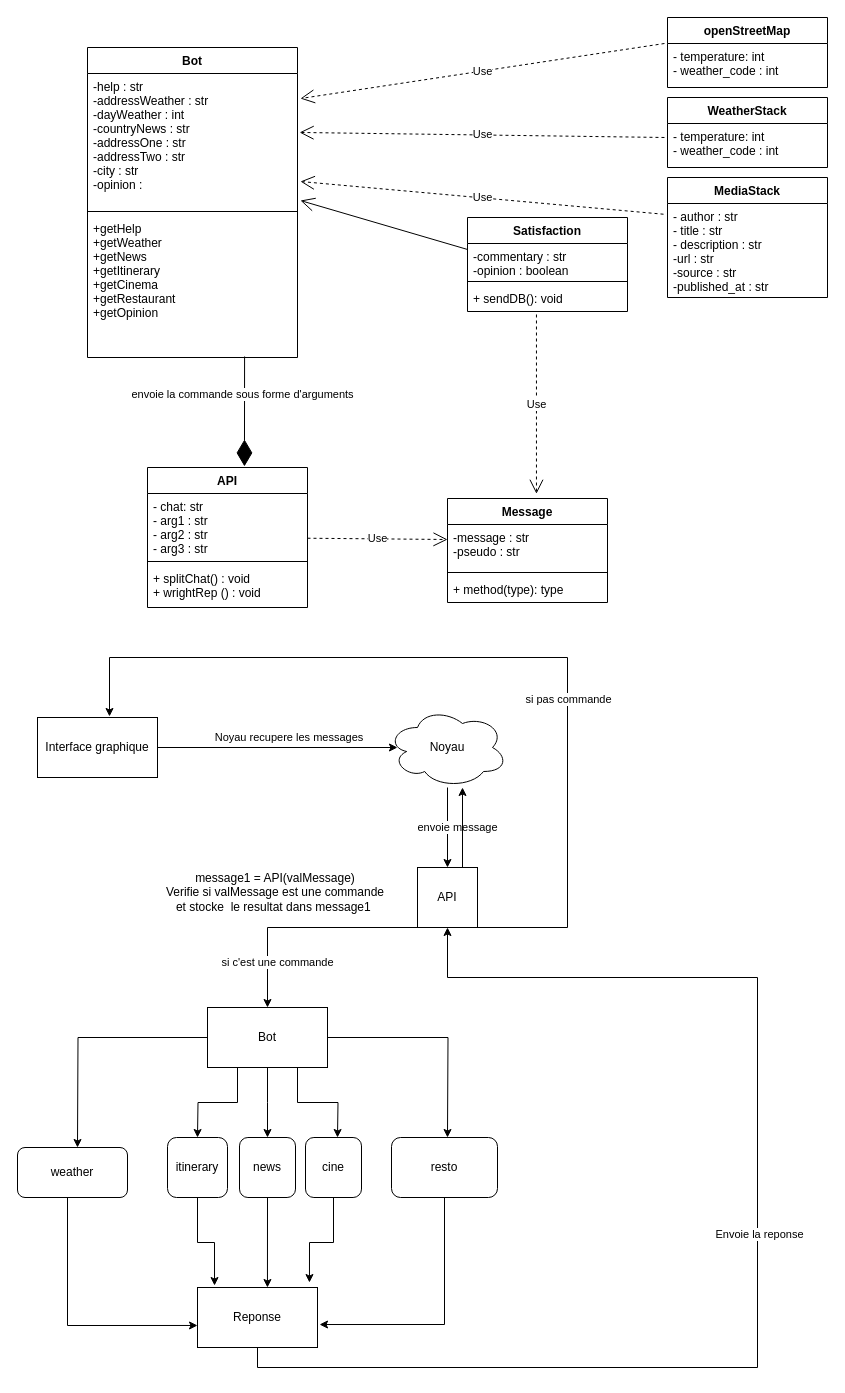
This is UML_PyP.drawio from mquadu/noyau_devII_2TM2, a draw.io file, before an edit. Source tidied: cells renumbered, new cells numbered last; positions are measured from the earlier drawing's top-left corner, leaving out a move shared by most shapes. Both pictures are drawn from the tidied source at 100%, with x=0, y=0 at pixel (17, 17).
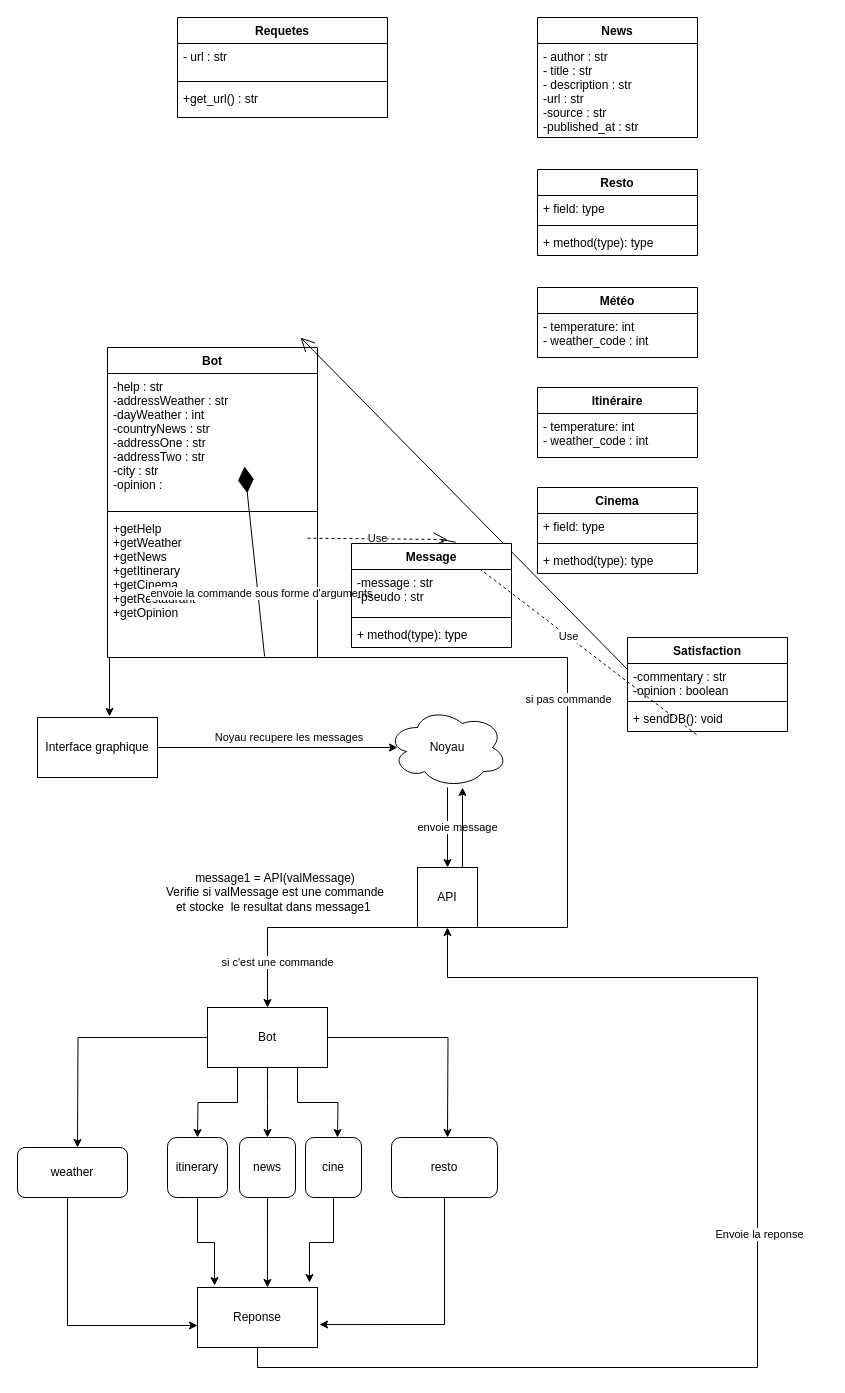
After the change.

Commit message:
Uml-projet

The change refers to these unchanged cells:
```xml
<mxCell id="3" value="-help : str&#10;-addressWeather : str&#10;-dayWeather : int&#10;-countryNews : str&#10;-addressOne : str&#10;-addressTwo : str&#10;-city : str&#10;-opinion : " style="text;strokeColor=none;fillColor=none;align=left;verticalAlign=top;spacingLeft=4;spacingRight=4;overflow=hidden;points=[[0,0.5],[1,0.5]];portConstraint=eastwest;" parent="2" vertex="1">
  <mxGeometry y="26" width="210" height="134" as="geometry" />
</mxCell>
<mxCell id="5" value="+getHelp&#10;+getWeather&#10;+getNews&#10;+getItinerary&#10;+getCinema&#10;+getRestaurant&#10;+getOpinion&#10;" style="text;strokeColor=none;fillColor=none;align=left;verticalAlign=top;spacingLeft=4;spacingRight=4;overflow=hidden;points=[[0,0.5],[1,0.5]];portConstraint=eastwest;" parent="2" vertex="1">
  <mxGeometry y="168" width="210" height="142" as="geometry" />
</mxCell>
<mxCell id="7" value="-commentary : str &#10;-opinion : boolean&#10;" style="text;strokeColor=none;fillColor=none;align=left;verticalAlign=top;spacingLeft=4;spacingRight=4;overflow=hidden;points=[[0,0.5],[1,0.5]];portConstraint=eastwest;" parent="6" vertex="1">
  <mxGeometry y="26" width="160" height="34" as="geometry" />
</mxCell>
<mxCell id="11" value="- temperature: int&#10;- weather_code : int" style="text;strokeColor=none;fillColor=none;align=left;verticalAlign=top;spacingLeft=4;spacingRight=4;overflow=hidden;points=[[0,0.5],[1,0.5]];portConstraint=eastwest;" parent="10" vertex="1">
  <mxGeometry y="26" width="160" height="44" as="geometry" />
</mxCell>
<mxCell id="22" value="- author : str&#10;- title : str&#10;- description : str&#10;-url : str&#10;-source : str&#10;-published_at : str&#10;&#10;" style="text;strokeColor=none;fillColor=none;align=left;verticalAlign=top;spacingLeft=4;spacingRight=4;overflow=hidden;points=[[0,0.5],[1,0.5]];portConstraint=eastwest;" parent="21" vertex="1">
  <mxGeometry y="26" width="160" height="94" as="geometry" />
</mxCell>
<mxCell id="24" value="- temperature: int&#10;- weather_code : int" style="text;strokeColor=none;fillColor=none;align=left;verticalAlign=top;spacingLeft=4;spacingRight=4;overflow=hidden;points=[[0,0.5],[1,0.5]];portConstraint=eastwest;" parent="23" vertex="1">
  <mxGeometry y="26" width="160" height="44" as="geometry" />
</mxCell>
```

Diff of the diagram source:
```diff
@@
     <mxCell id="2" value="Bot" style="swimlane;fontStyle=1;align=center;verticalAlign=top;horizontal=1;startSize=26;" parent="1" vertex="1">
-      <mxGeometry x="70" y="30" width="210" height="310" as="geometry" />
+      <mxGeometry x="90" y="330" width="210" height="310" as="geometry" />
     </mxCell>
@@
     <mxCell id="6" value="Satisfaction" style="swimlane;fontStyle=1;align=center;verticalAlign=top;horizontal=1;startSize=26;" parent="1" vertex="1">
-      <mxGeometry x="450" y="200" width="160" height="94" as="geometry" />
+      <mxGeometry x="610" y="620" width="160" height="94" as="geometry" />
     </mxCell>
@@
-    <mxCell id="10" value="WeatherStack" style="swimlane;fontStyle=1;align=center;verticalAlign=top;horizontal=1;startSize=26;" parent="1" vertex="1">
-      <mxGeometry x="650" y="80" width="160" height="70" as="geometry" />
+    <mxCell id="10" value="Météo" style="swimlane;fontStyle=1;align=center;verticalAlign=top;horizontal=1;startSize=26;" parent="1" vertex="1">
+      <mxGeometry x="520" y="270" width="160" height="70" as="geometry" />
     </mxCell>
@@
-    <mxCell id="12" style="endArrow=open;endFill=1;endSize=12;html=1;exitX=0;exitY=0.176;exitDx=0;exitDy=0;exitPerimeter=0;entryX=1.014;entryY=0.948;entryDx=0;entryDy=0;entryPerimeter=0;" parent="1" edge="1" source="7" target="3">
-      <mxGeometry relative="1" as="geometry" />
+    <mxCell id="12" style="endArrow=open;endFill=1;endSize=12;html=1;exitX=0;exitY=0.176;exitDx=0;exitDy=0;exitPerimeter=0;" parent="1" edge="1" source="7">
+      <mxGeometry relative="1" as="geometry">
+        <mxPoint x="283" y="320" as="targetPoint" />
+      </mxGeometry>
     </mxCell>
-    <mxCell id="13" value="API" style="swimlane;fontStyle=1;align=center;verticalAlign=top;horizontal=1;startSize=26;" parent="1" vertex="1">
-      <mxGeometry x="130" y="450" width="160" height="140" as="geometry" />
-    </mxCell>
-    <mxCell id="14" value="- chat: str&#10;- arg1 : str&#10;- arg2 : str&#10;- arg3 : str" style="text;strokeColor=none;fillColor=none;align=left;verticalAlign=top;spacingLeft=4;spacingRight=4;overflow=hidden;" parent="13" vertex="1">
-      <mxGeometry y="26" width="160" height="64" as="geometry" />
-    </mxCell>
-    <mxCell id="15" style="line;strokeWidth=1;fillColor=none;align=left;verticalAlign=middle;spacingTop=-1;spacingLeft=3;spacingRight=3;labelPosition=right;" parent="13" vertex="1">
-      <mxGeometry y="90" width="160" height="8" as="geometry" />
-    </mxCell>
-    <mxCell id="16" value="+ splitChat() : void&#10;+ wrightRep () : void" style="text;strokeColor=none;fillColor=none;align=left;verticalAlign=top;spacingLeft=4;spacingRight=4;overflow=hidden;" parent="13" vertex="1">
-      <mxGeometry y="98" width="160" height="42" as="geometry" />
-    </mxCell>
-    <mxCell id="17" style="endArrow=diamondThin;endFill=1;endSize=24;html=1;entryX=0.606;entryY=-0.008;entryDx=0;entryDy=0;entryPerimeter=0;exitX=0.748;exitY=0.993;exitDx=0;exitDy=0;exitPerimeter=0;" parent="1" edge="1" source="5" target="13">
-      <mxGeometry relative="1" as="geometry" />
+    <mxCell id="17" style="endArrow=diamondThin;endFill=1;endSize=24;html=1;entryX=0.606;entryY=-0.008;entryDx=0;entryDy=0;entryPerimeter=0;exitX=0.748;exitY=0.993;exitDx=0;exitDy=0;exitPerimeter=0;" parent="1" edge="1" source="5">
+      <mxGeometry relative="1" as="geometry">
+        <mxPoint x="227" y="448.9" as="targetPoint" />
+      </mxGeometry>
     </mxCell>
@@
-    <mxCell id="19" value="Use" style="endArrow=open;endSize=12;dashed=1;html=1;" parent="1" edge="1" source="13">
+    <mxCell id="19" value="Use" style="endArrow=open;endSize=12;dashed=1;html=1;" parent="1" edge="1">
       <mxGeometry relative="1" as="geometry">
+        <mxPoint x="290" y="520.7" as="sourcePoint" />
         <mxPoint x="430" y="522" as="targetPoint" />
       </mxGeometry>
     </mxCell>
@@
-    <mxCell id="21" value="MediaStack" style="swimlane;fontStyle=1;align=center;verticalAlign=top;horizontal=1;startSize=26;" parent="1" vertex="1">
-      <mxGeometry x="650" y="160" width="160" height="120" as="geometry" />
+    <mxCell id="21" value="News" style="swimlane;fontStyle=1;align=center;verticalAlign=top;horizontal=1;startSize=26;" parent="1" vertex="1">
+      <mxGeometry x="520" width="160" height="120" as="geometry" />
     </mxCell>
@@
-    <mxCell id="23" value="openStreetMap" style="swimlane;fontStyle=1;align=center;verticalAlign=top;horizontal=1;startSize=26;" parent="1" vertex="1">
-      <mxGeometry x="650" width="160" height="70" as="geometry" />
+    <mxCell id="23" value="Itinéraire" style="swimlane;fontStyle=1;align=center;verticalAlign=top;horizontal=1;startSize=26;" parent="1" vertex="1">
+      <mxGeometry x="520" y="370" width="160" height="70" as="geometry" />
     </mxCell>
@@
-    <mxCell id="25" value="Use" style="endArrow=open;endSize=12;dashed=1;html=1;entryX=1.014;entryY=0.187;entryDx=0;entryDy=0;exitX=-0.019;exitY=0;exitDx=0;exitDy=0;exitPerimeter=0;entryPerimeter=0;" parent="1" edge="1" source="24" target="3">
-      <mxGeometry relative="1" as="geometry" />
-    </mxCell>
-    <mxCell id="26" value="Use" style="endArrow=open;endSize=12;dashed=1;html=1;entryX=1.01;entryY=0.44;entryDx=0;entryDy=0;exitX=-0.019;exitY=0.318;exitDx=0;exitDy=0;exitPerimeter=0;entryPerimeter=0;" parent="1" edge="1" source="11" target="3">
-      <mxGeometry relative="1" as="geometry" />
-    </mxCell>
-    <mxCell id="27" value="Use" style="endArrow=open;endSize=12;dashed=1;html=1;entryX=1.014;entryY=0.806;entryDx=0;entryDy=0;exitX=-0.025;exitY=0.114;exitDx=0;exitDy=0;exitPerimeter=0;entryPerimeter=0;" parent="1" edge="1" source="22" target="3">
-      <mxGeometry relative="1" as="geometry" />
-    </mxCell>
     <mxCell id="28" value="Message" style="swimlane;fontStyle=1;align=center;verticalAlign=top;horizontal=1;startSize=26;" parent="1" vertex="1">
-      <mxGeometry x="430" y="481" width="160" height="104" as="geometry" />
+      <mxGeometry x="334" y="526" width="160" height="104" as="geometry" />
     </mxCell>
@@
+    <mxCell id="61" value="Requetes" style="swimlane;fontStyle=1;align=center;verticalAlign=top;horizontal=1;startSize=26;" parent="1" vertex="1">
+      <mxGeometry x="160" width="210" height="100" as="geometry" />
+    </mxCell>
+    <mxCell id="62" value="- url : str" style="text;strokeColor=none;fillColor=none;align=left;verticalAlign=top;spacingLeft=4;spacingRight=4;overflow=hidden;" parent="61" vertex="1">
+      <mxGeometry y="26" width="210" height="34" as="geometry" />
+    </mxCell>
+    <mxCell id="63" style="line;strokeWidth=1;fillColor=none;align=left;verticalAlign=middle;spacingTop=-1;spacingLeft=3;spacingRight=3;labelPosition=right;" parent="61" vertex="1">
+      <mxGeometry y="60" width="210" height="8" as="geometry" />
+    </mxCell>
+    <mxCell id="64" value="+get_url() : str" style="text;strokeColor=none;fillColor=none;align=left;verticalAlign=top;spacingLeft=4;spacingRight=4;overflow=hidden;" parent="61" vertex="1">
+      <mxGeometry y="68" width="210" height="32" as="geometry" />
+    </mxCell>
+    <mxCell id="65" value="Resto" style="swimlane;fontStyle=1;align=center;verticalAlign=top;horizontal=1;startSize=26;" parent="1" vertex="1">
+      <mxGeometry x="520" y="152" width="160" height="86" as="geometry" />
+    </mxCell>
+    <mxCell id="66" value="+ field: type" style="text;strokeColor=none;fillColor=none;align=left;verticalAlign=top;spacingLeft=4;spacingRight=4;overflow=hidden;" parent="65" vertex="1">
+      <mxGeometry y="26" width="160" height="26" as="geometry" />
+    </mxCell>
+    <mxCell id="67" style="line;strokeWidth=1;fillColor=none;align=left;verticalAlign=middle;spacingTop=-1;spacingLeft=3;spacingRight=3;labelPosition=right;" parent="65" vertex="1">
+      <mxGeometry y="52" width="160" height="8" as="geometry" />
+    </mxCell>
+    <mxCell id="68" value="+ method(type): type" style="text;strokeColor=none;fillColor=none;align=left;verticalAlign=top;spacingLeft=4;spacingRight=4;overflow=hidden;" parent="65" vertex="1">
+      <mxGeometry y="60" width="160" height="26" as="geometry" />
+    </mxCell>
+    <mxCell id="69" value="Cinema" style="swimlane;fontStyle=1;align=center;verticalAlign=top;horizontal=1;startSize=26;" parent="1" vertex="1">
+      <mxGeometry x="520" y="470" width="160" height="86" as="geometry" />
+    </mxCell>
+    <mxCell id="70" value="+ field: type" style="text;strokeColor=none;fillColor=none;align=left;verticalAlign=top;spacingLeft=4;spacingRight=4;overflow=hidden;" parent="69" vertex="1">
+      <mxGeometry y="26" width="160" height="26" as="geometry" />
+    </mxCell>
+    <mxCell id="71" style="line;strokeWidth=1;fillColor=none;align=left;verticalAlign=middle;spacingTop=-1;spacingLeft=3;spacingRight=3;labelPosition=right;" parent="69" vertex="1">
+      <mxGeometry y="52" width="160" height="8" as="geometry" />
+    </mxCell>
+    <mxCell id="72" value="+ method(type): type" style="text;strokeColor=none;fillColor=none;align=left;verticalAlign=top;spacingLeft=4;spacingRight=4;overflow=hidden;" parent="69" vertex="1">
+      <mxGeometry y="60" width="160" height="26" as="geometry" />
+    </mxCell>
```
